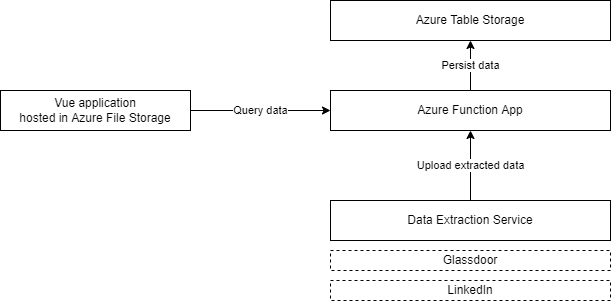
The draw.io diagram architecture.drawio.png in vuoriov4/remote-jobs-eu, before a commit. Source tidied: cells renumbered, new cells last; positions are measured from the earlier drawing's top-left corner, leaving out a move shared by most shapes.
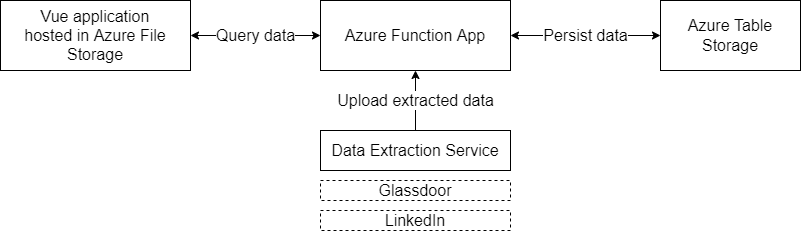
After the change.

What changed in the source:
```diff
@@ -2,32 +2,32 @@
   <root>
     <mxCell id="0" />
     <mxCell id="1" parent="0" />
-    <mxCell id="2" value="Query data" style="edgeStyle=orthogonalEdgeStyle;rounded=0;jettySize=auto;html=1;exitX=1;exitY=0.5;exitDx=0;exitDy=0;entryX=0;entryY=0.5;entryDx=0;entryDy=0;startArrow=none;startFill=0;" parent="1" edge="1" source="3" target="5">
+    <mxCell id="2" value="Query data" style="edgeStyle=orthogonalEdgeStyle;rounded=0;jettySize=auto;html=1;exitX=1;exitY=0.5;exitDx=0;exitDy=0;entryX=0;entryY=0.5;entryDx=0;entryDy=0;startArrow=classic;startFill=1;fontSize=16;" parent="1" edge="1" source="3" target="5">
       <mxGeometry relative="1" as="geometry" />
     </mxCell>
-    <mxCell id="3" value="Vue application&lt;br&gt;hosted in Azure File Storage" style="rounded=0;whiteSpace=wrap;html=1;" parent="1" vertex="1">
-      <mxGeometry y="90" width="190" height="40" as="geometry" />
+    <mxCell id="3" value="Vue application&lt;br style=&quot;font-size: 16px;&quot;&gt;hosted in Azure File Storage" style="rounded=0;whiteSpace=wrap;html=1;fontSize=16;" parent="1" vertex="1">
+      <mxGeometry x="-40" y="-20" width="190" height="70" as="geometry" />
     </mxCell>
-    <mxCell id="4" value="Persist data" style="edgeStyle=orthogonalEdgeStyle;rounded=0;jettySize=auto;html=1;exitX=0.5;exitY=0;exitDx=0;exitDy=0;entryX=0.5;entryY=1;entryDx=0;entryDy=0;" parent="1" edge="1" source="5" target="6">
+    <mxCell id="4" value="Persist data" style="edgeStyle=orthogonalEdgeStyle;rounded=0;jettySize=auto;html=1;exitX=1;exitY=0.5;exitDx=0;exitDy=0;entryX=0;entryY=0.5;entryDx=0;entryDy=0;startArrow=classic;startFill=1;fontSize=16;" parent="1" edge="1" source="5" target="6">
       <mxGeometry relative="1" as="geometry" />
     </mxCell>
-    <mxCell id="5" value="Azure Function App" style="rounded=0;whiteSpace=wrap;html=1;" parent="1" vertex="1">
-      <mxGeometry x="330" y="90" width="280" height="40" as="geometry" />
+    <mxCell id="5" value="Azure Function App" style="rounded=0;whiteSpace=wrap;html=1;fontSize=16;" parent="1" vertex="1">
+      <mxGeometry x="280" y="-20" width="190" height="70" as="geometry" />
     </mxCell>
-    <mxCell id="6" value="Azure Table Storage" style="rounded=0;whiteSpace=wrap;html=1;" parent="1" vertex="1">
-      <mxGeometry x="330" width="280" height="40" as="geometry" />
+    <mxCell id="6" value="Azure Table Storage" style="rounded=0;whiteSpace=wrap;html=1;fontSize=16;" parent="1" vertex="1">
+      <mxGeometry x="620" y="-20" width="140" height="70" as="geometry" />
     </mxCell>
-    <mxCell id="7" value="LinkedIn" style="rounded=0;whiteSpace=wrap;html=1;fillColor=none;dashed=1;" parent="1" vertex="1">
-      <mxGeometry x="330" y="280" width="280" height="20" as="geometry" />
+    <mxCell id="7" value="LinkedIn" style="rounded=0;whiteSpace=wrap;html=1;fillColor=none;dashed=1;fontSize=16;" parent="1" vertex="1">
+      <mxGeometry x="280" y="190" width="190" height="20" as="geometry" />
     </mxCell>
-    <mxCell id="8" value="Glassdoor" style="rounded=0;whiteSpace=wrap;html=1;fillColor=none;dashed=1;" parent="1" vertex="1">
-      <mxGeometry x="330" y="250" width="280" height="20" as="geometry" />
+    <mxCell id="8" value="Glassdoor" style="rounded=0;whiteSpace=wrap;html=1;fillColor=none;dashed=1;fontSize=16;" parent="1" vertex="1">
+      <mxGeometry x="280" y="160" width="190" height="20" as="geometry" />
     </mxCell>
-    <mxCell id="9" value="Upload extracted data" style="edgeStyle=orthogonalEdgeStyle;rounded=0;jettySize=auto;html=1;exitX=0.5;exitY=0;exitDx=0;exitDy=0;entryX=0.5;entryY=1;entryDx=0;entryDy=0;startArrow=none;startFill=0;" parent="1" edge="1" source="10" target="5">
+    <mxCell id="9" value="Upload extracted data" style="edgeStyle=orthogonalEdgeStyle;rounded=0;jettySize=auto;html=1;exitX=0.5;exitY=0;exitDx=0;exitDy=0;entryX=0.5;entryY=1;entryDx=0;entryDy=0;startArrow=none;startFill=0;fontSize=16;" parent="1" edge="1" source="10" target="5">
       <mxGeometry relative="1" as="geometry" />
     </mxCell>
-    <mxCell id="10" value="Data Extraction Service" style="rounded=0;whiteSpace=wrap;html=1;fillColor=none;" parent="1" vertex="1">
-      <mxGeometry x="330" y="200" width="280" height="40" as="geometry" />
+    <mxCell id="10" value="Data Extraction Service" style="rounded=0;whiteSpace=wrap;html=1;fillColor=none;fontSize=16;" parent="1" vertex="1">
+      <mxGeometry x="280" y="110" width="190" height="40" as="geometry" />
     </mxCell>
   </root>
 </mxGraphModel>
```
